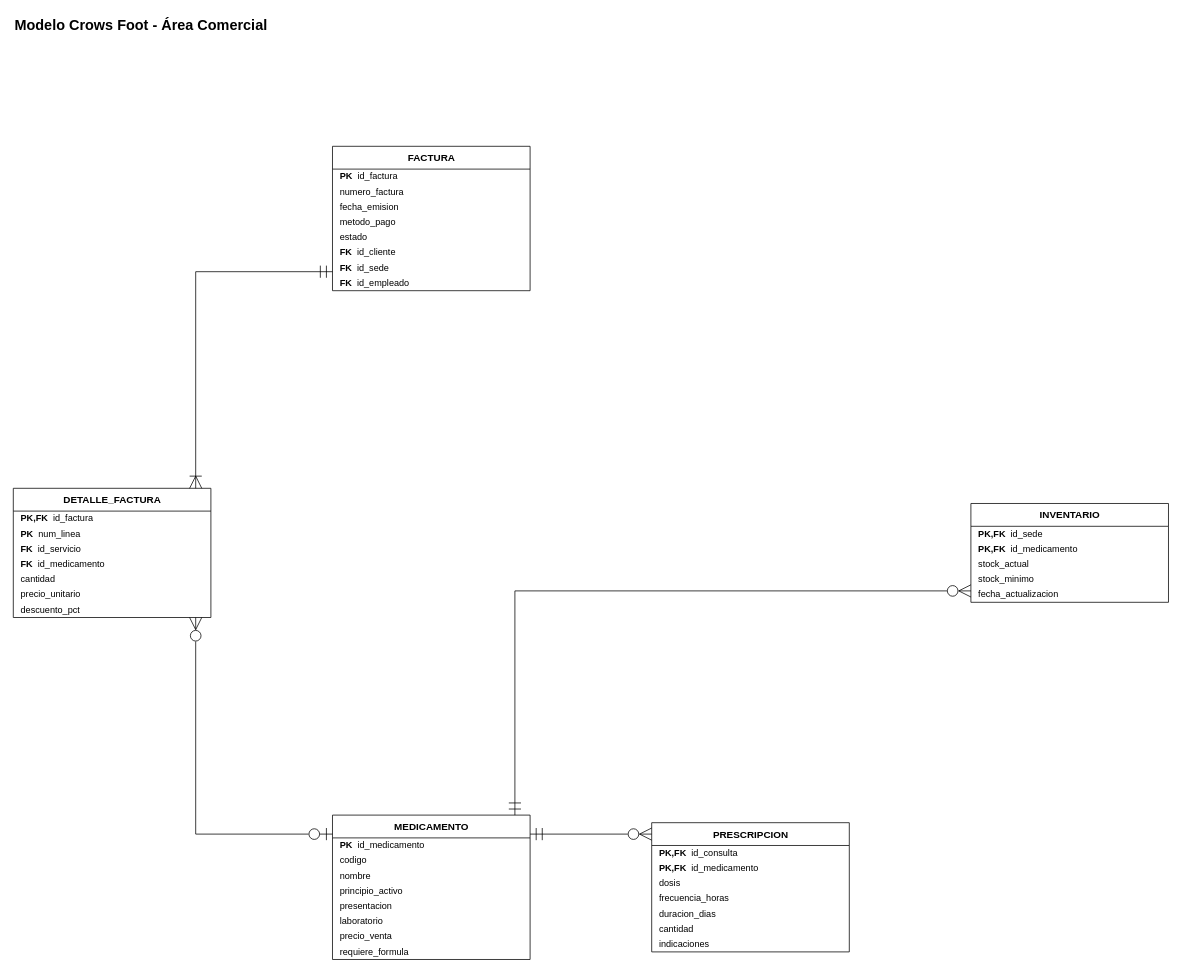
Estarlan/proyecto-bd1-sigevet keeps this draw.io diagram as documentos/fase1/diagramas_drawio/22_CrowsFoot_Comercial.drawio. Above is the earlier version. Source tidied: cells renumbered, new cells numbered last; positions are measured from the earlier drawing's top-left corner, leaving out a move shared by most shapes. Both pictures are drawn from the tidied source at 76%, with x=0, y=0 at pixel (13, 13).
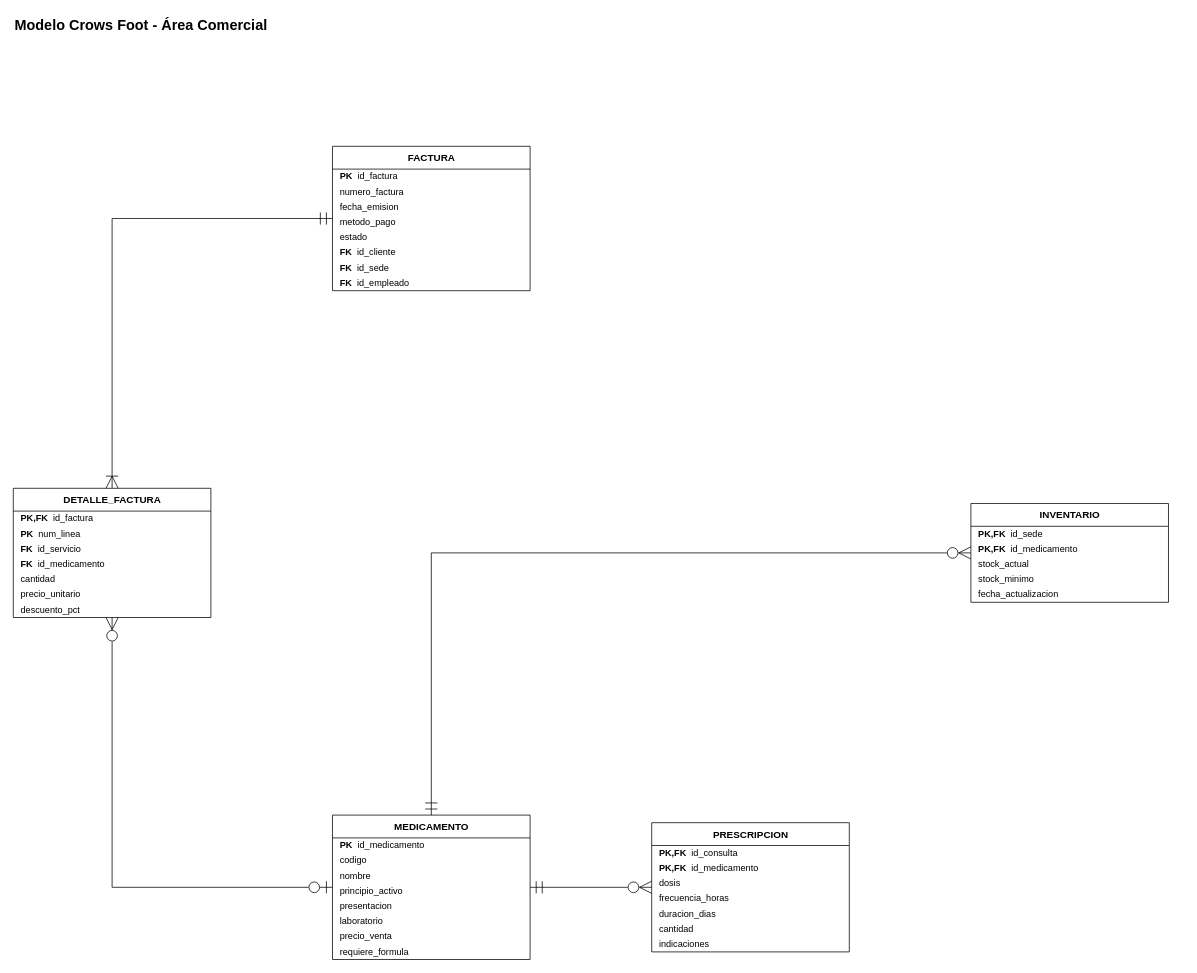
The same diagram, later.

Unchanged cells that the change refers to:
```xml
<mxCell id="3" value="MEDICAMENTO" style="swimlane;fontStyle=1;horizontal=1;startSize=30;html=1;fillColor=none;swimlaneFillColor=none;fontSize=13;" parent="1" vertex="1">
  <mxGeometry x="420" y="1055" width="260" height="190" as="geometry" />
</mxCell>
<mxCell id="12" value="PRESCRIPCION" style="swimlane;fontStyle=1;horizontal=1;startSize=30;html=1;fillColor=none;swimlaneFillColor=none;fontSize=13;" parent="1" vertex="1">
  <mxGeometry x="840" y="1065" width="260" height="170" as="geometry" />
</mxCell>
<mxCell id="20" value="INVENTARIO" style="swimlane;fontStyle=1;horizontal=1;startSize=30;html=1;fillColor=none;swimlaneFillColor=none;fontSize=13;" parent="1" vertex="1">
  <mxGeometry x="1260" y="645" width="260" height="130" as="geometry" />
</mxCell>
<mxCell id="26" value="FACTURA" style="swimlane;fontStyle=1;horizontal=1;startSize=30;html=1;fillColor=none;swimlaneFillColor=none;fontSize=13;" parent="1" vertex="1">
  <mxGeometry x="420" y="175" width="260" height="190" as="geometry" />
</mxCell>
<mxCell id="35" value="DETALLE_FACTURA" style="swimlane;fontStyle=1;horizontal=1;startSize=30;html=1;fillColor=none;swimlaneFillColor=none;fontSize=13;" parent="1" vertex="1">
  <mxGeometry y="625" width="260" height="170" as="geometry" />
</mxCell>
```

Diff of the diagram source:
```diff
@@
-    <mxCell id="43" style="html=1;endArrow=none;fontSize=12;labelBackgroundColor=default;startArrow=ERzeroToMany;endArrow=ERmandOne;startFill=0;endFill=0;startSize=14;endSize=14;jumpStyle=gap;jumpSize=8;edgeStyle=none;rounded=0;exitX=0.00000000;exitY=0.08823529;exitPerimeter=0;entryX=1.00000000;entryY=0.13157895;entryPerimeter=0;" parent="1" edge="1" source="12" target="3">
+    <mxCell id="43" style="html=1;endArrow=none;fontSize=12;labelBackgroundColor=default;startArrow=ERzeroToMany;endArrow=ERmandOne;startFill=0;endFill=0;startSize=14;endSize=14;jumpStyle=gap;jumpSize=8;edgeStyle=none;rounded=0;exitX=0.00000000;exitY=0.08823529;exitPerimeter=0;entryX=1.00000000;entryY=0.13157895;entryPerimeter=0;exitX=0.00000000;exitY=0.50000000;exitPerimeter=0;entryX=1.00000000;entryY=0.50000000;entryPerimeter=0;" parent="1" edge="1" source="12" target="3">
       <mxGeometry relative="1" as="geometry">
         <Array as="points">
-          <mxPoint x="820" y="1080" />
-          <mxPoint x="700" y="1080" />
+          <mxPoint x="840" y="1150" />
+          <mxPoint x="680" y="1150" />
         </Array>
       </mxGeometry>
     </mxCell>
-    <mxCell id="44" style="html=1;endArrow=none;fontSize=12;labelBackgroundColor=default;startArrow=ERzeroToMany;endArrow=ERmandOne;startFill=0;endFill=0;startSize=14;endSize=14;jumpStyle=gap;jumpSize=8;edgeStyle=none;rounded=0;exitX=0.00000000;exitY=0.88461538;exitPerimeter=0;entryX=0.92307692;entryY=0.00000000;entryPerimeter=0;" parent="1" edge="1" source="20" target="3">
+    <mxCell id="44" style="html=1;endArrow=none;fontSize=12;labelBackgroundColor=default;startArrow=ERzeroToMany;endArrow=ERmandOne;startFill=0;endFill=0;startSize=14;endSize=14;jumpStyle=gap;jumpSize=8;edgeStyle=none;rounded=0;exitX=0.00000000;exitY=0.88461538;exitPerimeter=0;entryX=0.92307692;entryY=0.00000000;entryPerimeter=0;exitX=0.00000000;exitY=0.50000000;exitPerimeter=0;entryX=0.50000000;entryY=0.00000000;entryPerimeter=0;" parent="1" edge="1" source="20" target="3">
       <mxGeometry relative="1" as="geometry">
         <Array as="points">
-          <mxPoint x="1240" y="760" />
-          <mxPoint x="660" y="760" />
-          <mxPoint x="660" y="1040" />
+          <mxPoint x="1260" y="710" />
+          <mxPoint x="550" y="710" />
+          <mxPoint x="550" y="1055" />
         </Array>
       </mxGeometry>
     </mxCell>
-    <mxCell id="45" style="html=1;endArrow=none;fontSize=12;labelBackgroundColor=default;startArrow=ERoneToMany;endArrow=ERmandOne;startFill=0;endFill=0;startSize=14;endSize=14;jumpStyle=gap;jumpSize=8;edgeStyle=none;rounded=0;exitX=0.92307692;exitY=0.00000000;exitPerimeter=0;entryX=0.00000000;entryY=0.86842105;entryPerimeter=0;" parent="1" edge="1" source="35" target="26">
+    <mxCell id="45" style="html=1;endArrow=none;fontSize=12;labelBackgroundColor=default;startArrow=ERoneToMany;endArrow=ERmandOne;startFill=0;endFill=0;startSize=14;endSize=14;jumpStyle=gap;jumpSize=8;edgeStyle=none;rounded=0;exitX=0.92307692;exitY=0.00000000;exitPerimeter=0;entryX=0.00000000;entryY=0.86842105;entryPerimeter=0;exitX=0.50000000;exitY=0.00000000;exitPerimeter=0;entryX=0.00000000;entryY=0.50000000;entryPerimeter=0;" parent="1" edge="1" source="35" target="26">
       <mxGeometry relative="1" as="geometry">
         <Array as="points">
-          <mxPoint x="240" y="600" />
-          <mxPoint x="240" y="340" />
-          <mxPoint x="400" y="340" />
+          <mxPoint x="130" y="625" />
+          <mxPoint x="130" y="270" />
+          <mxPoint x="420" y="270" />
         </Array>
       </mxGeometry>
     </mxCell>
-    <mxCell id="46" style="html=1;endArrow=none;fontSize=12;labelBackgroundColor=default;startArrow=ERzeroToMany;endArrow=ERzeroToOne;startFill=0;endFill=0;startSize=14;endSize=14;jumpStyle=gap;jumpSize=8;edgeStyle=none;rounded=0;exitX=0.92307692;exitY=1.00000000;exitPerimeter=0;entryX=0.00000000;entryY=0.13157895;entryPerimeter=0;" parent="1" edge="1" source="35" target="3">
+    <mxCell id="46" style="html=1;endArrow=none;fontSize=12;labelBackgroundColor=default;startArrow=ERzeroToMany;endArrow=ERzeroToOne;startFill=0;endFill=0;startSize=14;endSize=14;jumpStyle=gap;jumpSize=8;edgeStyle=none;rounded=0;exitX=0.92307692;exitY=1.00000000;exitPerimeter=0;entryX=0.00000000;entryY=0.13157895;entryPerimeter=0;exitX=0.50000000;exitY=1.00000000;exitPerimeter=0;entryX=0.00000000;entryY=0.50000000;entryPerimeter=0;" parent="1" edge="1" source="35" target="3">
       <mxGeometry relative="1" as="geometry">
         <Array as="points">
-          <mxPoint x="240" y="820" />
-          <mxPoint x="240" y="1080" />
-          <mxPoint x="400" y="1080" />
+          <mxPoint x="130" y="795" />
+          <mxPoint x="130" y="1150" />
+          <mxPoint x="420" y="1150" />
         </Array>
       </mxGeometry>
     </mxCell>
```
